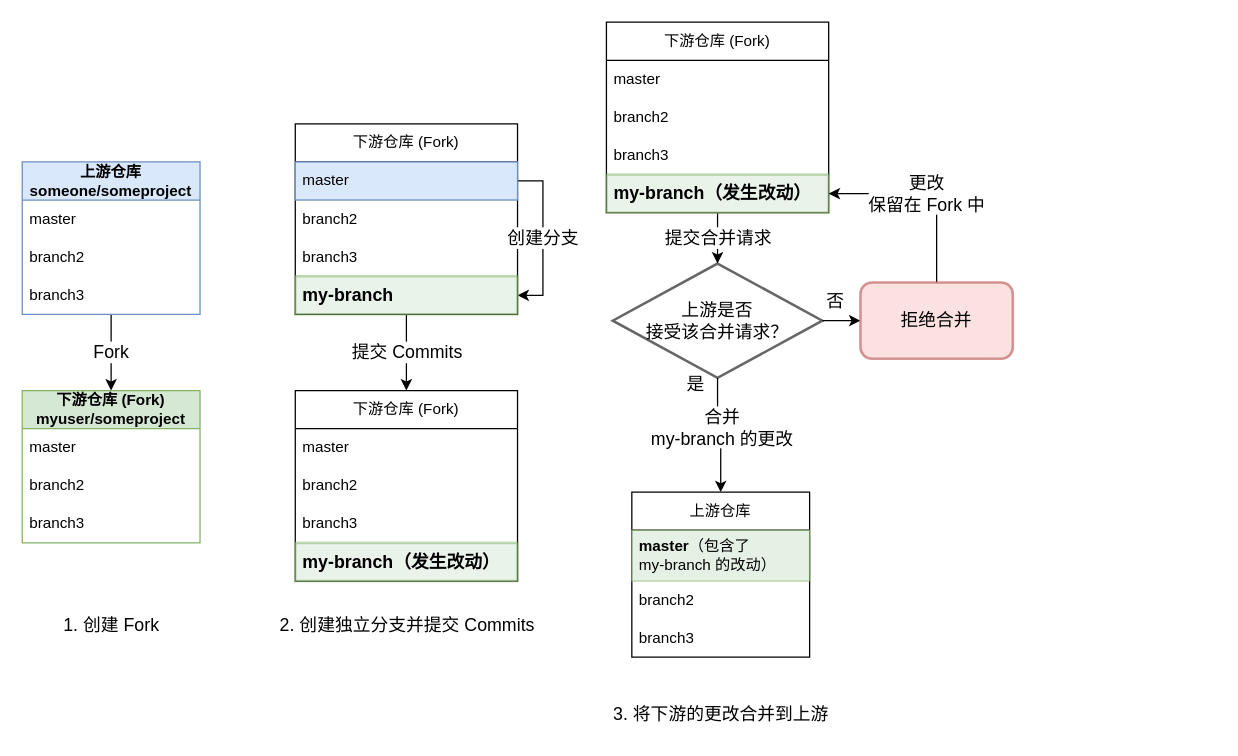
Before: github-common-workflow.zhcn.drawio in AOSC-CIP-Pilot/docs-resources, a draw.io diagram. Source tidied: cells renumbered, new cells numbered last; positions are measured from the earlier drawing's top-left corner, leaving out a move shared by most shapes. Both pictures are drawn from the tidied source at 127%, with x=0, y=0 at pixel (22, 22).
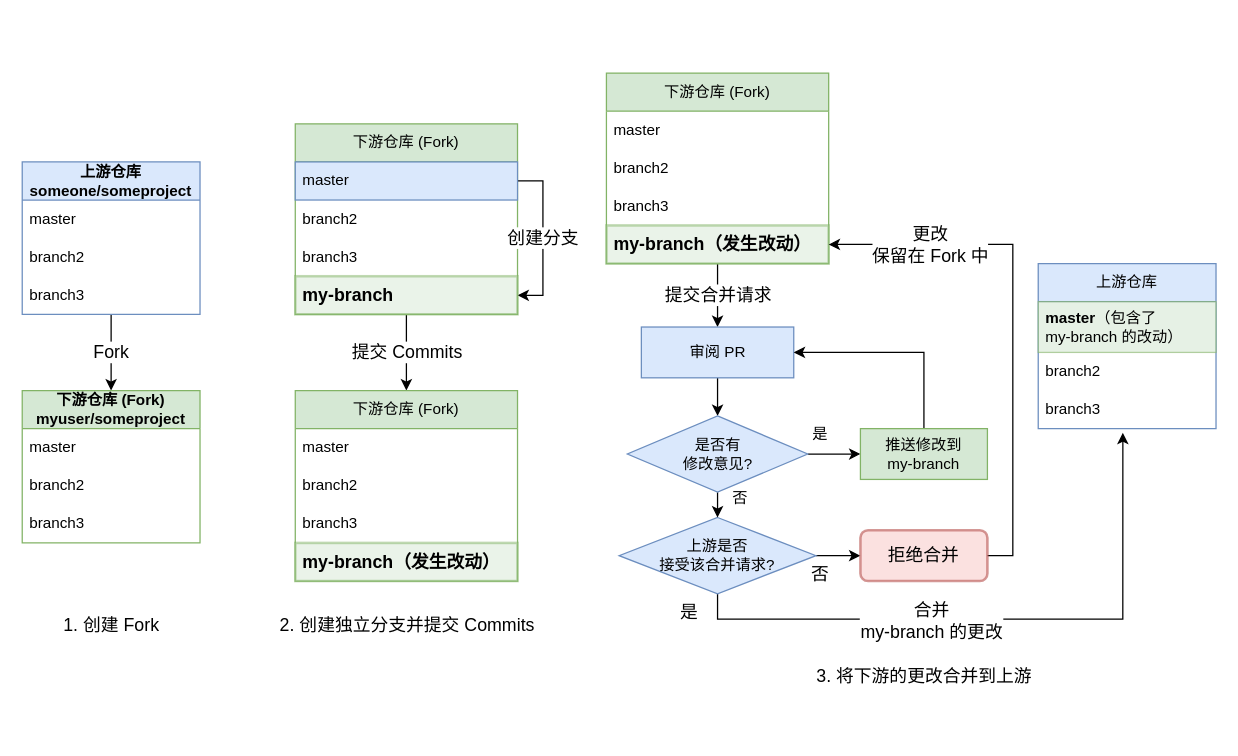
The same page after the edit.

Commit message:
github-common-workflow: add details for PR stage

The change refers to these unchanged cells:
```xml
<mxCell id="30" value="&lt;b&gt;my-branch（发生改动）&lt;/b&gt;" style="text;strokeColor=#82b366;fillColor=#d5e8d4;align=left;verticalAlign=middle;spacingLeft=4;spacingRight=4;overflow=hidden;points=[[0,0.5],[1,0.5]];portConstraint=eastwest;whiteSpace=wrap;html=1;strokeWidth=2;fontSize=14;opacity=50;" parent="26" vertex="1">
  <mxGeometry y="120" width="175" height="30" as="geometry" />
</mxCell>
<mxCell id="34" value="branch3" style="text;strokeColor=none;fillColor=none;align=left;verticalAlign=middle;spacingLeft=4;spacingRight=4;overflow=hidden;points=[[0,0.5],[1,0.5]];portConstraint=eastwest;whiteSpace=wrap;html=1;" parent="31" vertex="1">
  <mxGeometry y="100" width="140" height="30" as="geometry" />
</mxCell>
```

What changed in the source:
```diff
@@
-    <mxCell id="13" value="下游仓库 (Fork)" style="swimlane;fontStyle=0;horizontal=1;startSize=30;whiteSpace=wrap;html=1;" parent="1" vertex="1">
+    <mxCell id="13" value="下游仓库 (Fork)" style="swimlane;fontStyle=0;horizontal=1;startSize=30;whiteSpace=wrap;html=1;fillColor=#d5e8d4;strokeColor=#82b366;" parent="1" vertex="1">
       <mxGeometry x="215" y="80" width="175" height="150" as="geometry" />
     </mxCell>
@@
-    <mxCell id="19" value="下游仓库 (Fork)" style="swimlane;fontStyle=0;horizontal=1;startSize=30;whiteSpace=wrap;html=1;" parent="1" vertex="1">
+    <mxCell id="19" value="下游仓库 (Fork)" style="swimlane;fontStyle=0;horizontal=1;startSize=30;whiteSpace=wrap;html=1;fillColor=#d5e8d4;strokeColor=#82b366;" parent="1" vertex="1">
       <mxGeometry x="215" y="290" width="175" height="150" as="geometry" />
     </mxCell>
@@
-    <mxCell id="25" value="提交合并请求" style="edgeStyle=orthogonalEdgeStyle;rounded=0;jettySize=auto;html=1;exitX=0.5;exitY=1;exitDx=0;exitDy=0;fontSize=14;entryX=0.5;entryY=0;entryDx=0;entryDy=0;" parent="1" edge="1" source="26" target="39">
+    <mxCell id="25" value="提交合并请求" style="edgeStyle=orthogonalEdgeStyle;rounded=0;jettySize=auto;html=1;exitX=0.5;exitY=1;exitDx=0;exitDy=0;fontSize=14;entryX=0.5;entryY=0;entryDx=0;entryDy=0;" parent="1" edge="1" source="26" target="46">
       <mxGeometry relative="1" as="geometry" />
     </mxCell>
-    <mxCell id="26" value="下游仓库 (Fork)" style="swimlane;fontStyle=0;horizontal=1;startSize=30;whiteSpace=wrap;html=1;" parent="1" vertex="1">
-      <mxGeometry x="460" width="175" height="150" as="geometry" />
+    <mxCell id="26" value="下游仓库 (Fork)" style="swimlane;fontStyle=0;horizontal=1;startSize=30;whiteSpace=wrap;html=1;fillColor=#d5e8d4;strokeColor=#82b366;" parent="1" vertex="1">
+      <mxGeometry x="460" y="40" width="175" height="150" as="geometry" />
     </mxCell>
@@
-    <mxCell id="31" value="上游仓库" style="swimlane;fontStyle=0;horizontal=1;startSize=30;whiteSpace=wrap;html=1;" parent="1" vertex="1">
-      <mxGeometry x="480" y="370" width="140" height="130" as="geometry" />
+    <mxCell id="31" value="上游仓库" style="swimlane;fontStyle=0;horizontal=1;startSize=30;whiteSpace=wrap;html=1;fillColor=#dae8fc;strokeColor=#6c8ebf;" parent="1" vertex="1">
+      <mxGeometry x="800" y="190" width="140" height="130" as="geometry" />
     </mxCell>
@@
     <mxCell id="35" value="3. 将下游的更改合并到上游" style="text;html=1;align=center;verticalAlign=middle;strokeColor=none;fillColor=none;fontSize=14;" parent="1" vertex="1">
-      <mxGeometry x="455" y="530" width="190" height="30" as="geometry" />
+      <mxGeometry x="615" y="500" width="190" height="30" as="geometry" />
     </mxCell>
-    <mxCell id="36" style="edgeStyle=orthogonalEdgeStyle;rounded=0;jettySize=auto;html=1;exitX=0.5;exitY=1;exitDx=0;exitDy=0;entryX=0.5;entryY=0;entryDx=0;entryDy=0;fontSize=14;" parent="1" edge="1" source="39" target="31">
-      <mxGeometry relative="1" as="geometry" />
+    <mxCell id="36" style="edgeStyle=orthogonalEdgeStyle;rounded=0;jettySize=auto;html=1;exitX=0.5;exitY=1;exitDx=0;exitDy=0;fontSize=14;entryX=0.476;entryY=1.111;entryDx=0;entryDy=0;entryPerimeter=0;" parent="1" edge="1" source="39" target="34">
+      <mxGeometry relative="1" as="geometry">
+        <Array as="points">
+          <mxPoint x="547" y="470" />
+          <mxPoint x="867" y="470" />
+        </Array>
+      </mxGeometry>
     </mxCell>
     <mxCell id="37" value="合并&lt;br&gt;my-branch 的更改" style="edgeLabel;html=1;align=center;verticalAlign=middle;fontSize=14;" parent="36" vertex="1">
-      <mxGeometry x="-0.17" y="3" relative="1" as="geometry" />
+      <mxGeometry x="-0.17" y="3" relative="1" as="geometry">
+        <mxPoint x="-14" y="3" as="offset" />
+      </mxGeometry>
     </mxCell>
@@
-    <mxCell id="39" value="上游是否&lt;br&gt;接受该合并请求？" style="rhombus;whiteSpace=wrap;html=1;strokeWidth=2;fontSize=14;opacity=60;" parent="1" vertex="1">
-      <mxGeometry x="465" y="190" width="165" height="90" as="geometry" />
+    <mxCell id="39" value="上游是否&lt;br style=&quot;font-size: 12px;&quot;&gt;接受该合并请求?" style="rhombus;whiteSpace=wrap;html=1;strokeWidth=1;fontSize=12;fillColor=#dae8fc;strokeColor=#6c8ebf;" parent="1" vertex="1">
+      <mxGeometry x="470" y="390" width="155" height="60" as="geometry" />
     </mxCell>
     <mxCell id="40" value="是" style="text;html=1;align=center;verticalAlign=middle;strokeColor=none;fillColor=none;fontSize=14;strokeWidth=2;opacity=60;" parent="1" vertex="1">
-      <mxGeometry x="510" y="270" width="40" height="30" as="geometry" />
+      <mxGeometry x="505" y="450" width="40" height="30" as="geometry" />
     </mxCell>
     <mxCell id="41" value="更改&lt;br&gt;保留在 Fork 中" style="edgeStyle=orthogonalEdgeStyle;rounded=0;jettySize=auto;html=1;entryX=1;entryY=0.5;entryDx=0;entryDy=0;fontSize=14;" parent="1" edge="1" source="42" target="30">
-      <mxGeometry relative="1" as="geometry" />
+      <mxGeometry x="0.61" relative="1" as="geometry">
+        <Array as="points">
+          <mxPoint x="780" y="420" />
+          <mxPoint x="780" y="175" />
+        </Array>
+      </mxGeometry>
     </mxCell>
     <mxCell id="42" value="拒绝合并" style="rounded=1;whiteSpace=wrap;html=1;strokeWidth=2;fontSize=14;opacity=60;fillColor=#f8cecc;strokeColor=#b85450;" parent="1" vertex="1">
-      <mxGeometry x="660" y="205" width="120" height="60" as="geometry" />
+      <mxGeometry x="660" y="400" width="100" height="40" as="geometry" />
     </mxCell>
@@
     <mxCell id="44" value="否" style="text;html=1;align=center;verticalAlign=middle;strokeColor=none;fillColor=none;fontSize=14;" parent="1" vertex="1">
-      <mxGeometry x="620" y="205" width="40" height="30" as="geometry" />
+      <mxGeometry x="607.5" y="420" width="40" height="30" as="geometry" />
     </mxCell>
+    <mxCell id="45" style="edgeStyle=orthogonalEdgeStyle;rounded=0;jettySize=auto;html=1;exitX=0.5;exitY=1;exitDx=0;exitDy=0;entryX=0.5;entryY=0;entryDx=0;entryDy=0;" parent="1" edge="1" source="46" target="49">
+      <mxGeometry relative="1" as="geometry" />
+    </mxCell>
+    <mxCell id="46" value="审阅 PR" style="rounded=0;whiteSpace=wrap;html=1;fillColor=#dae8fc;strokeColor=#6c8ebf;" parent="1" vertex="1">
+      <mxGeometry x="487.5" y="240" width="120" height="40" as="geometry" />
+    </mxCell>
+    <mxCell id="47" style="edgeStyle=orthogonalEdgeStyle;rounded=0;jettySize=auto;html=1;exitX=1;exitY=0.5;exitDx=0;exitDy=0;entryX=0;entryY=0.5;entryDx=0;entryDy=0;" parent="1" edge="1" source="49" target="51">
+      <mxGeometry relative="1" as="geometry" />
+    </mxCell>
+    <mxCell id="48" style="edgeStyle=orthogonalEdgeStyle;rounded=0;jettySize=auto;html=1;exitX=0.5;exitY=1;exitDx=0;exitDy=0;entryX=0.5;entryY=0;entryDx=0;entryDy=0;" parent="1" edge="1" source="49" target="39">
+      <mxGeometry relative="1" as="geometry" />
+    </mxCell>
+    <mxCell id="49" value="是否有&lt;br&gt;修改意见?" style="rhombus;whiteSpace=wrap;html=1;fillColor=#dae8fc;strokeColor=#6c8ebf;" parent="1" vertex="1">
+      <mxGeometry x="476.5" y="310" width="142" height="60" as="geometry" />
+    </mxCell>
+    <mxCell id="50" style="edgeStyle=orthogonalEdgeStyle;rounded=0;jettySize=auto;html=1;exitX=0.5;exitY=0;exitDx=0;exitDy=0;entryX=1;entryY=0.5;entryDx=0;entryDy=0;" parent="1" edge="1" source="51" target="46">
+      <mxGeometry relative="1" as="geometry" />
+    </mxCell>
+    <mxCell id="51" value="推送修改到&lt;br&gt;my-branch" style="rounded=0;whiteSpace=wrap;html=1;fillColor=#d5e8d4;strokeColor=#82b366;" parent="1" vertex="1">
+      <mxGeometry x="660" y="320" width="100" height="40" as="geometry" />
+    </mxCell>
+    <mxCell id="52" value="是" style="text;html=1;align=center;verticalAlign=middle;strokeColor=none;fillColor=none;" parent="1" vertex="1">
+      <mxGeometry x="607.5" y="310" width="40" height="30" as="geometry" />
+    </mxCell>
+    <mxCell id="53" value="否" style="text;html=1;align=center;verticalAlign=middle;strokeColor=none;fillColor=none;" parent="1" vertex="1">
+      <mxGeometry x="545" y="360" width="40" height="30" as="geometry" />
+    </mxCell>
```
